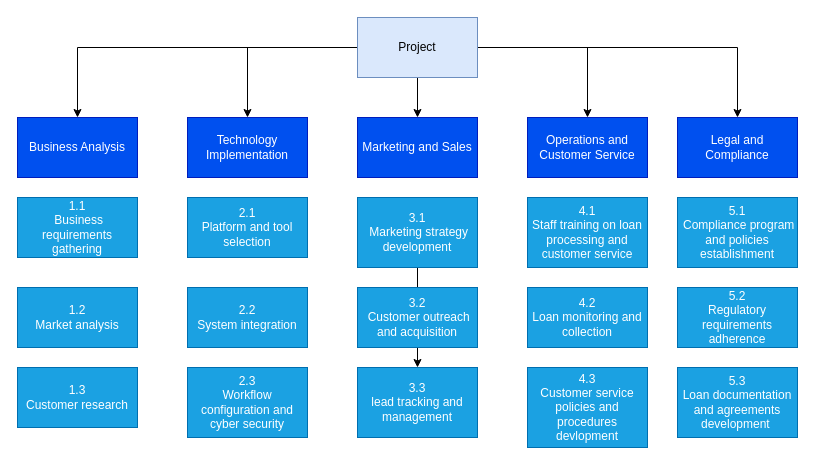
Before: WBS for Analysis and Design.drawio in lkingl123/About-Me, a draw.io diagram. Source tidied: cells renumbered, new cells numbered last; positions are measured from the earlier drawing's top-left corner, leaving out a move shared by most shapes. Both pictures are drawn from the tidied source at 100%, with x=0, y=0 at pixel (17, 17).
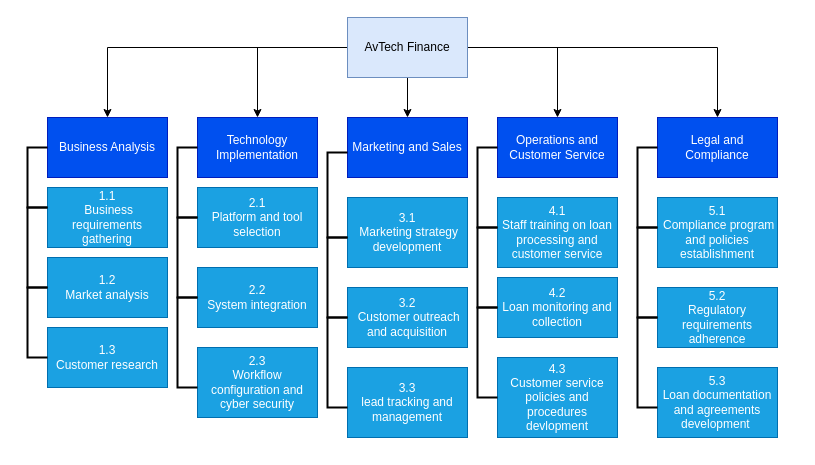
The same page after the edit.

Change to the diagram source:
```diff
@@
-    <mxCell id="7" value="Project" style="rounded=0;whiteSpace=wrap;html=1;fillColor=#dae8fc;strokeColor=#6c8ebf;" parent="1" vertex="1">
-      <mxGeometry x="340" width="120" height="60" as="geometry" />
+    <mxCell id="7" value="AvTech Finance" style="rounded=0;whiteSpace=wrap;html=1;fillColor=#dae8fc;strokeColor=#6c8ebf;" parent="1" vertex="1">
+      <mxGeometry x="330" width="120" height="60" as="geometry" />
     </mxCell>
     <mxCell id="8" value="Business Analysis" style="whiteSpace=wrap;html=1;fillColor=#0050ef;fontColor=#ffffff;strokeColor=#001DBC;" parent="1" vertex="1">
-      <mxGeometry y="100" width="120" height="60" as="geometry" />
+      <mxGeometry x="30" y="100" width="120" height="60" as="geometry" />
     </mxCell>
     <mxCell id="9" value="Technology Implementation" style="whiteSpace=wrap;html=1;fillColor=#0050ef;fontColor=#ffffff;strokeColor=#001DBC;" parent="1" vertex="1">
-      <mxGeometry x="170" y="100" width="120" height="60" as="geometry" />
+      <mxGeometry x="180" y="100" width="120" height="60" as="geometry" />
     </mxCell>
     <mxCell id="10" value="Marketing and Sales" style="whiteSpace=wrap;html=1;fillColor=#0050ef;fontColor=#ffffff;strokeColor=#001DBC;" parent="1" vertex="1">
-      <mxGeometry x="340" y="100" width="120" height="60" as="geometry" />
+      <mxGeometry x="330" y="100" width="120" height="60" as="geometry" />
     </mxCell>
     <mxCell id="11" value="Operations and Customer Service" style="whiteSpace=wrap;html=1;fillColor=#0050ef;fontColor=#ffffff;strokeColor=#001DBC;" parent="1" vertex="1">
-      <mxGeometry x="510" y="100" width="120" height="60" as="geometry" />
+      <mxGeometry x="480" y="100" width="120" height="60" as="geometry" />
     </mxCell>
     <mxCell id="12" value="Legal and Compliance" style="whiteSpace=wrap;html=1;fillColor=#0050ef;fontColor=#ffffff;strokeColor=#001DBC;" parent="1" vertex="1">
-      <mxGeometry x="660" y="100" width="120" height="60" as="geometry" />
+      <mxGeometry x="640" y="100" width="120" height="60" as="geometry" />
     </mxCell>
     <mxCell id="13" value="5.1&lt;br&gt;&amp;nbsp;Compliance program and policies establishment" style="whiteSpace=wrap;html=1;fillColor=#1ba1e2;fontColor=#ffffff;strokeColor=#006EAF;" parent="1" vertex="1">
-      <mxGeometry x="660" y="180" width="120" height="70" as="geometry" />
+      <mxGeometry x="640" y="180" width="120" height="70" as="geometry" />
     </mxCell>
     <mxCell id="14" value="5.2 &lt;br&gt;Regulatory requirements adherence" style="whiteSpace=wrap;html=1;fillColor=#1ba1e2;fontColor=#ffffff;strokeColor=#006EAF;" parent="1" vertex="1">
-      <mxGeometry x="660" y="270" width="120" height="60" as="geometry" />
+      <mxGeometry x="640" y="270" width="120" height="60" as="geometry" />
     </mxCell>
     <mxCell id="15" value="5.3 &lt;br&gt;Loan documentation and agreements development&amp;nbsp;" style="whiteSpace=wrap;html=1;fillColor=#1ba1e2;fontColor=#ffffff;strokeColor=#006EAF;" parent="1" vertex="1">
-      <mxGeometry x="660" y="350" width="120" height="70" as="geometry" />
+      <mxGeometry x="640" y="350" width="120" height="70" as="geometry" />
     </mxCell>
     <mxCell id="16" value="4.1&lt;br&gt;Staff training on loan processing and customer service" style="whiteSpace=wrap;html=1;fillColor=#1ba1e2;fontColor=#ffffff;strokeColor=#006EAF;" parent="1" vertex="1">
-      <mxGeometry x="510" y="180" width="120" height="70" as="geometry" />
+      <mxGeometry x="480" y="180" width="120" height="70" as="geometry" />
     </mxCell>
     <mxCell id="17" value="4.2&lt;br&gt;Loan monitoring and collection" style="whiteSpace=wrap;html=1;fillColor=#1ba1e2;fontColor=#ffffff;strokeColor=#006EAF;" parent="1" vertex="1">
-      <mxGeometry x="510" y="270" width="120" height="60" as="geometry" />
+      <mxGeometry x="480" y="260" width="120" height="60" as="geometry" />
     </mxCell>
     <mxCell id="18" value="4.3&lt;br&gt;Customer service policies and procedures devlopment" style="whiteSpace=wrap;html=1;fillColor=#1ba1e2;fontColor=#ffffff;strokeColor=#006EAF;" parent="1" vertex="1">
-      <mxGeometry x="510" y="350" width="120" height="80" as="geometry" />
+      <mxGeometry x="480" y="340" width="120" height="80" as="geometry" />
     </mxCell>
-    <mxCell id="19" style="edgeStyle=orthogonalEdgeStyle;rounded=0;jettySize=auto;html=1;" parent="1" edge="1" source="20" target="22">
-      <mxGeometry relative="1" as="geometry" />
-    </mxCell>
     <mxCell id="20" value="3.1&lt;br&gt;&amp;nbsp;Marketing strategy development" style="whiteSpace=wrap;html=1;fillColor=#1ba1e2;fontColor=#ffffff;strokeColor=#006EAF;" parent="1" vertex="1">
-      <mxGeometry x="340" y="180" width="120" height="70" as="geometry" />
+      <mxGeometry x="330" y="180" width="120" height="70" as="geometry" />
     </mxCell>
     <mxCell id="21" value="3.2&lt;br&gt;&amp;nbsp;Customer outreach and acquisition" style="whiteSpace=wrap;html=1;fillColor=#1ba1e2;fontColor=#ffffff;strokeColor=#006EAF;" parent="1" vertex="1">
-      <mxGeometry x="340" y="270" width="120" height="60" as="geometry" />
+      <mxGeometry x="330" y="270" width="120" height="60" as="geometry" />
     </mxCell>
     <mxCell id="22" value="3.3&lt;br&gt;lead tracking and management" style="whiteSpace=wrap;html=1;fillColor=#1ba1e2;fontColor=#ffffff;strokeColor=#006EAF;" parent="1" vertex="1">
-      <mxGeometry x="340" y="350" width="120" height="70" as="geometry" />
+      <mxGeometry x="330" y="350" width="120" height="70" as="geometry" />
     </mxCell>
     <mxCell id="23" value="2.1&lt;br&gt;Platform and tool selection" style="whiteSpace=wrap;html=1;fillColor=#1ba1e2;fontColor=#ffffff;strokeColor=#006EAF;" parent="1" vertex="1">
-      <mxGeometry x="170" y="180" width="120" height="60" as="geometry" />
+      <mxGeometry x="180" y="170" width="120" height="60" as="geometry" />
     </mxCell>
     <mxCell id="24" value="2.2 &lt;br&gt;System integration" style="whiteSpace=wrap;html=1;fillColor=#1ba1e2;fontColor=#ffffff;strokeColor=#006EAF;" parent="1" vertex="1">
-      <mxGeometry x="170" y="270" width="120" height="60" as="geometry" />
+      <mxGeometry x="180" y="250" width="120" height="60" as="geometry" />
     </mxCell>
     <mxCell id="25" value="2.3 &lt;br&gt;Workflow configuration and cyber security" style="whiteSpace=wrap;html=1;fillColor=#1ba1e2;fontColor=#ffffff;strokeColor=#006EAF;" parent="1" vertex="1">
-      <mxGeometry x="170" y="350" width="120" height="70" as="geometry" />
+      <mxGeometry x="180" y="330" width="120" height="70" as="geometry" />
     </mxCell>
     <mxCell id="26" value="1.1&lt;br&gt;&amp;nbsp;Business requirements gathering" style="whiteSpace=wrap;html=1;fillColor=#1ba1e2;fontColor=#ffffff;strokeColor=#006EAF;" parent="1" vertex="1">
-      <mxGeometry y="180" width="120" height="60" as="geometry" />
+      <mxGeometry x="30" y="170" width="120" height="60" as="geometry" />
     </mxCell>
     <mxCell id="27" value="1.2 &lt;br&gt;Market analysis" style="whiteSpace=wrap;html=1;fillColor=#1ba1e2;fontColor=#ffffff;strokeColor=#006EAF;" parent="1" vertex="1">
-      <mxGeometry y="270" width="120" height="60" as="geometry" />
+      <mxGeometry x="30" y="240" width="120" height="60" as="geometry" />
     </mxCell>
     <mxCell id="28" value="1.3 &lt;br&gt;Customer research" style="whiteSpace=wrap;html=1;fillColor=#1ba1e2;fontColor=#ffffff;strokeColor=#006EAF;" parent="1" vertex="1">
-      <mxGeometry y="350" width="120" height="60" as="geometry" />
+      <mxGeometry x="30" y="310" width="120" height="60" as="geometry" />
     </mxCell>
+    <mxCell id="29" style="strokeWidth=2;html=1;shape=mxgraph.flowchart.annotation_1;align=left;" parent="1" vertex="1">
+      <mxGeometry x="10" y="130" width="20" height="60" as="geometry" />
+    </mxCell>
+    <mxCell id="30" style="strokeWidth=2;html=1;shape=mxgraph.flowchart.annotation_1;align=left;" parent="1" vertex="1">
+      <mxGeometry x="10" y="190" width="20" height="80" as="geometry" />
+    </mxCell>
+    <mxCell id="31" style="strokeWidth=2;html=1;shape=mxgraph.flowchart.annotation_1;align=left;" parent="1" vertex="1">
+      <mxGeometry x="10" y="270" width="20" height="70" as="geometry" />
+    </mxCell>
+    <mxCell id="32" style="strokeWidth=2;html=1;shape=mxgraph.flowchart.annotation_1;align=left;" parent="1" vertex="1">
+      <mxGeometry x="160" y="130" width="20" height="70" as="geometry" />
+    </mxCell>
+    <mxCell id="33" style="strokeWidth=2;html=1;shape=mxgraph.flowchart.annotation_1;align=left;" parent="1" vertex="1">
+      <mxGeometry x="160" y="200" width="20" height="80" as="geometry" />
+    </mxCell>
+    <mxCell id="34" style="strokeWidth=2;html=1;shape=mxgraph.flowchart.annotation_1;align=left;" parent="1" vertex="1">
+      <mxGeometry x="160" y="280" width="20" height="90" as="geometry" />
+    </mxCell>
+    <mxCell id="35" style="strokeWidth=2;html=1;shape=mxgraph.flowchart.annotation_1;align=left;" parent="1" vertex="1">
+      <mxGeometry x="310" y="135" width="20" height="85" as="geometry" />
+    </mxCell>
+    <mxCell id="36" style="strokeWidth=2;html=1;shape=mxgraph.flowchart.annotation_1;align=left;" parent="1" vertex="1">
+      <mxGeometry x="310" y="220" width="20" height="80" as="geometry" />
+    </mxCell>
+    <mxCell id="37" style="strokeWidth=2;html=1;shape=mxgraph.flowchart.annotation_1;align=left;" parent="1" vertex="1">
+      <mxGeometry x="310" y="300" width="20" height="90" as="geometry" />
+    </mxCell>
+    <mxCell id="38" style="strokeWidth=2;html=1;shape=mxgraph.flowchart.annotation_1;align=left;" parent="1" vertex="1">
+      <mxGeometry x="460" y="130" width="20" height="80" as="geometry" />
+    </mxCell>
+    <mxCell id="39" style="strokeWidth=2;html=1;shape=mxgraph.flowchart.annotation_1;align=left;" parent="1" vertex="1">
+      <mxGeometry x="460" y="210" width="20" height="80" as="geometry" />
+    </mxCell>
+    <mxCell id="40" style="strokeWidth=2;html=1;shape=mxgraph.flowchart.annotation_1;align=left;" parent="1" vertex="1">
+      <mxGeometry x="620" y="130" width="20" height="80" as="geometry" />
+    </mxCell>
+    <mxCell id="41" style="strokeWidth=2;html=1;shape=mxgraph.flowchart.annotation_1;align=left;" parent="1" vertex="1">
+      <mxGeometry x="460" y="290" width="20" height="90" as="geometry" />
+    </mxCell>
+    <mxCell id="42" style="strokeWidth=2;html=1;shape=mxgraph.flowchart.annotation_1;align=left;" parent="1" vertex="1">
+      <mxGeometry x="620" y="210" width="20" height="90" as="geometry" />
+    </mxCell>
+    <mxCell id="43" style="strokeWidth=2;html=1;shape=mxgraph.flowchart.annotation_1;align=left;" parent="1" vertex="1">
+      <mxGeometry x="620" y="300" width="20" height="90" as="geometry" />
+    </mxCell>
```
